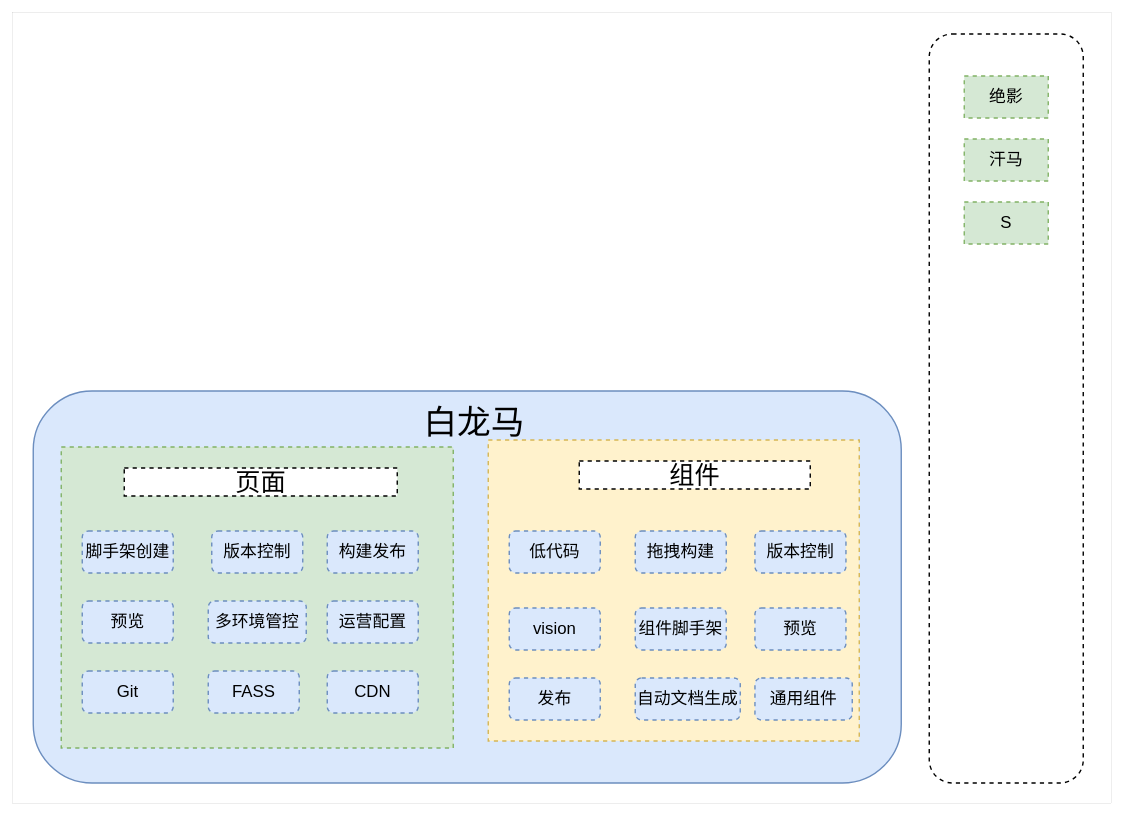
Above: 未命名绘图22.drawio in Hzy0913/hanlibrary (draw.io), before the change. Source tidied: cells renumbered, new cells numbered last; positions are measured from the earlier drawing's top-left corner, leaving out a move shared by most shapes. Both pictures are drawn from the tidied source at 70%, with x=0, y=0 at pixel (12, 13).
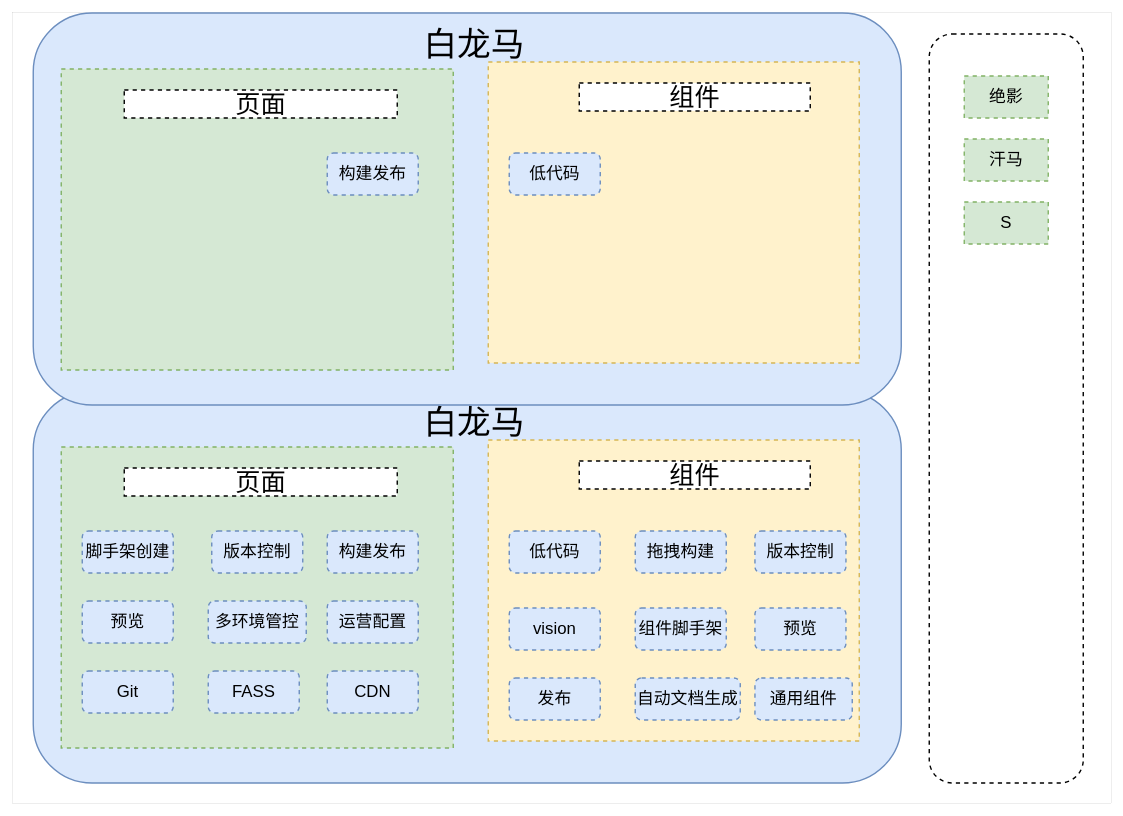
Above is the later version.

Commit message (it also covers changes not shown here):
更新未命名绘图22.drawio

Change to the diagram source:
```diff
@@
+    <mxCell id="31" style="rounded=1;whiteSpace=wrap;html=1;strokeWidth=2;fillColor=#dae8fc;strokeColor=#6c8ebf;" parent="1" vertex="1">
+      <mxGeometry x="30" width="1240" height="560" as="geometry" />
+    </mxCell>
+    <mxCell id="32" value="&lt;font style=&quot;font-size: 48px&quot;&gt;白龙马&lt;/font&gt;" style="text;html=1;strokeColor=none;fillColor=none;align=center;verticalAlign=middle;whiteSpace=wrap;rounded=0;dashed=1;" parent="1" vertex="1">
+      <mxGeometry x="430" y="35" width="460" height="20" as="geometry" />
+    </mxCell>
+    <mxCell id="33" style="rounded=0;whiteSpace=wrap;html=1;strokeWidth=2;dashed=1;fillColor=#d5e8d4;strokeColor=#82b366;" parent="1" vertex="1">
+      <mxGeometry x="70" y="80" width="560" height="430" as="geometry" />
+    </mxCell>
+    <mxCell id="34" style="rounded=0;whiteSpace=wrap;html=1;strokeWidth=2;dashed=1;fillColor=#fff2cc;strokeColor=#d6b656;" parent="1" vertex="1">
+      <mxGeometry x="680" y="70" width="530" height="430" as="geometry" />
+    </mxCell>
+    <mxCell id="35" value="&lt;font style=&quot;font-size: 36px&quot;&gt;组件&lt;/font&gt;" style="rounded=0;whiteSpace=wrap;html=1;dashed=1;strokeWidth=2;" parent="1" vertex="1">
+      <mxGeometry x="810" y="100" width="330" height="40" as="geometry" />
+    </mxCell>
+    <mxCell id="36" value="&lt;font style=&quot;font-size: 36px&quot;&gt;页面&lt;/font&gt;" style="rounded=0;whiteSpace=wrap;html=1;dashed=1;strokeWidth=2;" parent="1" vertex="1">
+      <mxGeometry x="160" y="110" width="390" height="40" as="geometry" />
+    </mxCell>
+    <mxCell id="37" value="&lt;font style=&quot;font-size: 24px&quot;&gt;构建发布&lt;/font&gt;" style="rounded=1;whiteSpace=wrap;html=1;dashed=1;strokeWidth=2;fillColor=#dae8fc;strokeColor=#6c8ebf;fontSize=22;" parent="1" vertex="1">
+      <mxGeometry x="450" y="200" width="130" height="60" as="geometry" />
+    </mxCell>
+    <mxCell id="38" value="&lt;font style=&quot;font-size: 24px&quot;&gt;低代码&lt;/font&gt;" style="rounded=1;whiteSpace=wrap;html=1;dashed=1;strokeWidth=2;fillColor=#dae8fc;strokeColor=#6c8ebf;fontSize=22;" parent="1" vertex="1">
+      <mxGeometry x="710" y="200" width="130" height="60" as="geometry" />
+    </mxCell>
```
